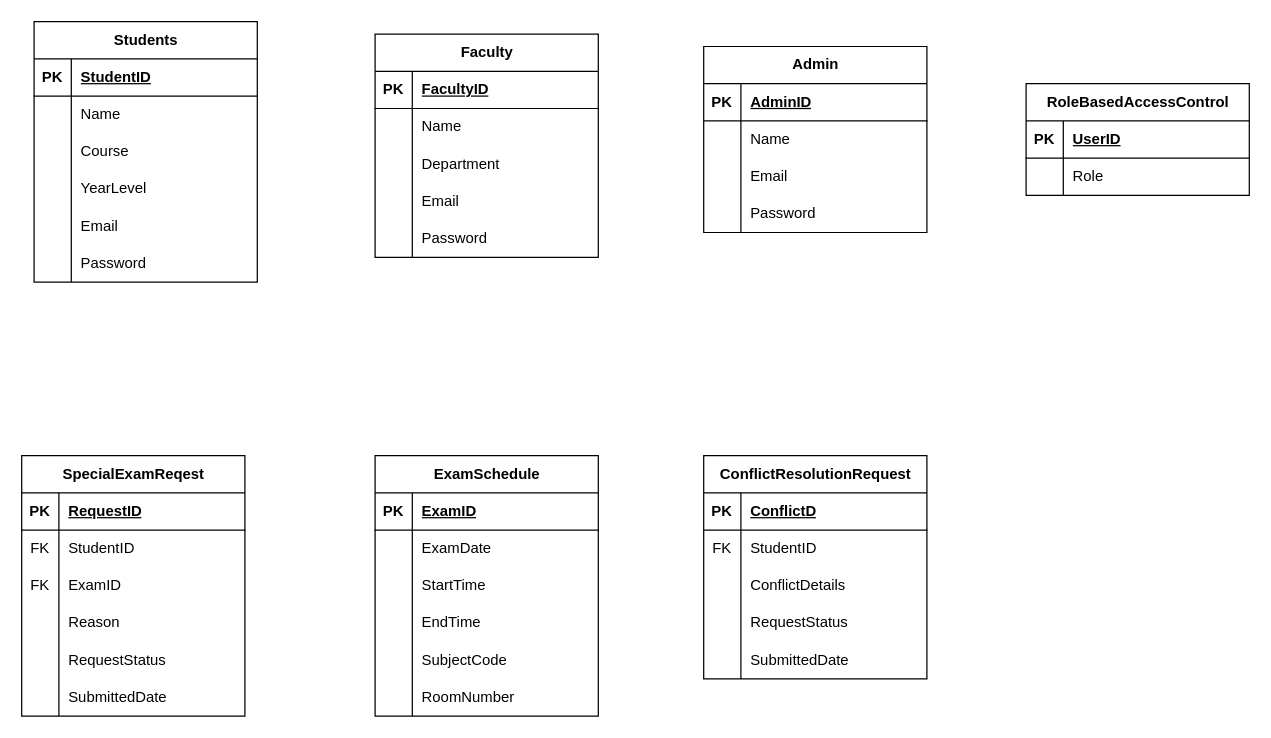
This is syncsched.drawio from lenaan23/app-dev, a draw.io file, before an edit. Source tidied: cells renumbered, new cells numbered last; positions are measured from the earlier drawing's top-left corner, leaving out a move shared by most shapes. Both pictures are drawn from the tidied source at 124%, with x=0, y=0 at pixel (21, 21).
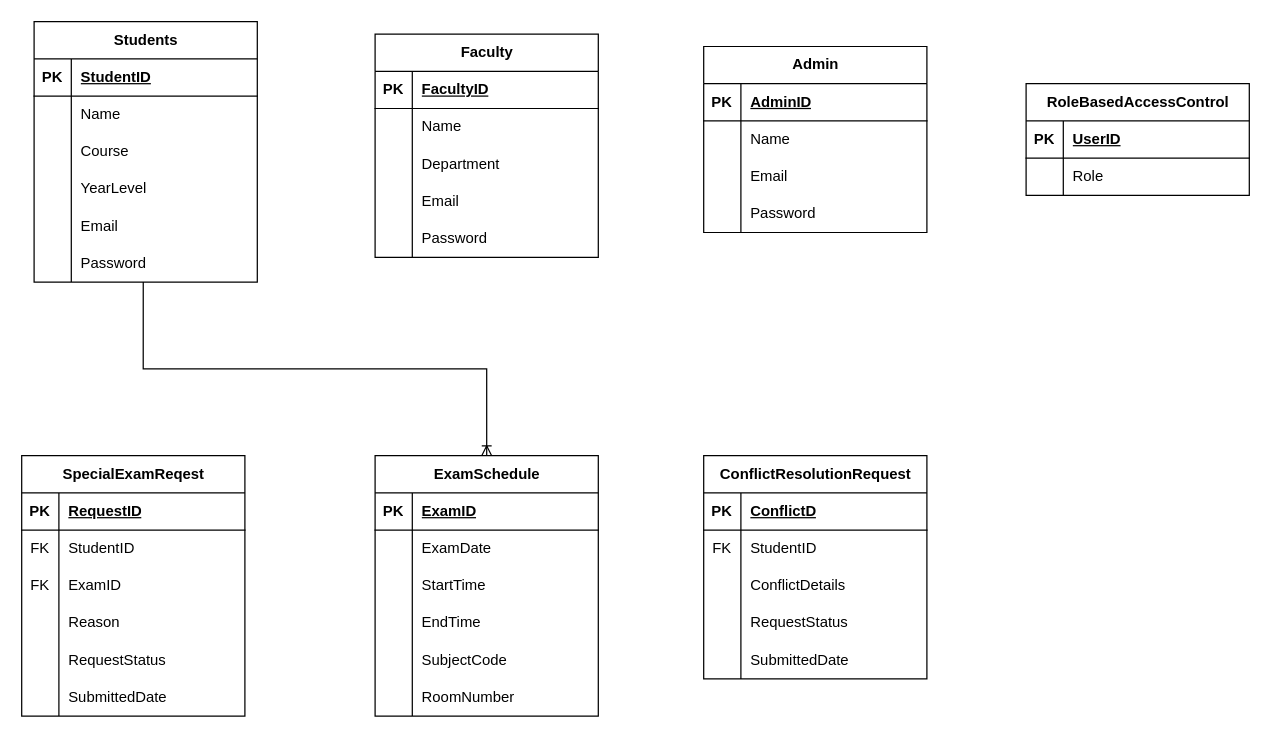
The same page after the edit.

Unchanged cells that the change refers to:
```xml
<mxCell id="18" style="shape=tableRow;horizontal=0;startSize=0;swimlaneHead=0;swimlaneBody=0;fillColor=none;points=[[0,0.5],[1,0.5]];portConstraint=eastwest;top=0;left=0;right=0;bottom=0;" parent="2" vertex="1">
  <mxGeometry y="180" width="180" height="30" as="geometry" />
</mxCell>
<mxCell id="50" value="ExamSchedule" style="shape=table;startSize=30;childLayout=tableLayout;rowLines=0;fontStyle=1;align=center;html=1;" parent="1" vertex="1">
  <mxGeometry x="285" y="350" width="180" height="210" as="geometry" />
</mxCell>
```

The edit, as a diff of the source:
```diff
@@
+    <mxCell id="111" style="fontSize=12;html=1;endArrow=ERoneToMany;rounded=0;entryX=0.5;entryY=0;entryDx=0;entryDy=0;exitX=0.489;exitY=1;exitDx=0;exitDy=0;exitPerimeter=0;edgeStyle=orthogonalEdgeStyle;" parent="1" edge="1" source="18" target="50">
+      <mxGeometry relative="1" as="geometry" />
+    </mxCell>
```
